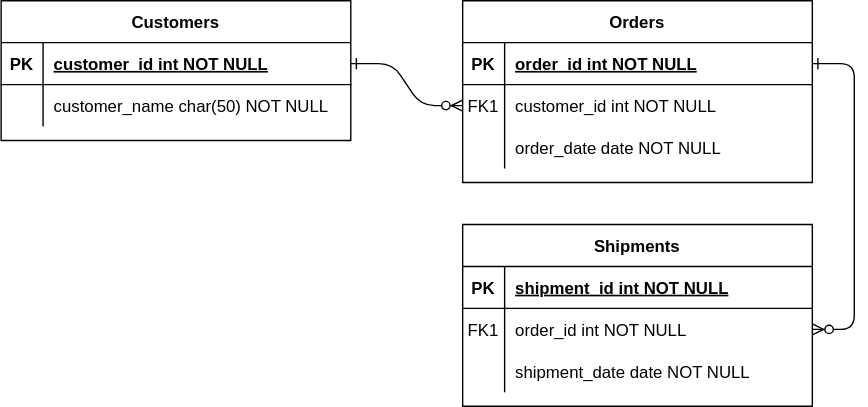
Earlier version of the draw.io export documents/ERD_diagram.drawio.svg (iksadNorth/fc-board). Source tidied: cells renumbered, new cells last; positions are measured from the earlier drawing's top-left corner, leaving out a move shared by most shapes.
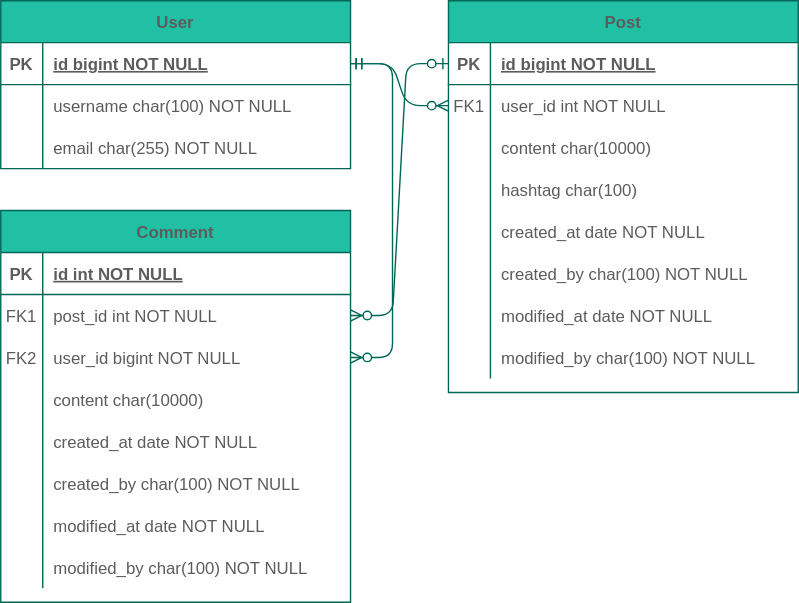
The same file after the commit.

Commit message:
#7 - 서비스에 맞는 도메인 설계

Change to the diagram source:
```diff
@@ -2,92 +2,194 @@
   <root>
     <mxCell id="0" />
     <mxCell id="1" parent="0" />
-    <mxCell id="2" style="edgeStyle=entityRelationEdgeStyle;endArrow=ERzeroToMany;startArrow=ERone;endFill=1;startFill=0;" parent="1" edge="1" source="25" target="8">
-      <mxGeometry relative="1" as="geometry" />
-    </mxCell>
-    <mxCell id="3" style="edgeStyle=entityRelationEdgeStyle;endArrow=ERzeroToMany;startArrow=ERone;endFill=1;startFill=0;" parent="1" edge="1" source="5" target="18">
-      <mxGeometry relative="1" as="geometry" />
-    </mxCell>
-    <mxCell id="4" value="Orders" style="shape=table;startSize=30;rowLines=0;fontStyle=1;align=center;" parent="1" vertex="1">
-      <mxGeometry x="330" width="250" height="130" as="geometry" />
+    <mxCell id="4" value="Post" style="shape=table;startSize=30;rowLines=0;fontStyle=1;align=center;rounded=0;fillColor=#21C0A5;strokeColor=#006658;fontColor=#5C5C5C;" parent="1" vertex="1">
+      <mxGeometry x="320" width="250" height="280" as="geometry" />
     </mxCell>
-    <mxCell id="5" style="shape=partialRectangle;fillColor=none;points=[[0,0.5],[1,0.5]];portConstraint=eastwest;top=0;left=0;right=0;bottom=1;" parent="4" vertex="1">
+    <mxCell id="5" style="shape=partialRectangle;fillColor=none;points=[[0,0.5],[1,0.5]];portConstraint=eastwest;top=0;left=0;right=0;bottom=1;rounded=0;strokeColor=#006658;fontColor=#5C5C5C;" parent="4" vertex="1">
       <mxGeometry y="30" width="250" height="30" as="geometry" />
     </mxCell>
-    <mxCell id="6" value="PK" style="shape=partialRectangle;overflow=hidden;fillColor=none;top=0;left=0;bottom=0;right=0;fontStyle=1;" parent="5" vertex="1">
+    <mxCell id="6" value="PK" style="shape=partialRectangle;overflow=hidden;fillColor=none;top=0;left=0;bottom=0;right=0;fontStyle=1;rounded=0;strokeColor=#006658;fontColor=#5C5C5C;" parent="5" vertex="1">
       <mxGeometry width="30" height="30" as="geometry" />
     </mxCell>
-    <mxCell id="7" value="order_id int NOT NULL " style="shape=partialRectangle;overflow=hidden;fillColor=none;top=0;left=0;bottom=0;right=0;align=left;spacingLeft=6;fontStyle=5;" parent="5" vertex="1">
+    <mxCell id="7" value="id bigint NOT NULL " style="shape=partialRectangle;overflow=hidden;fillColor=none;top=0;left=0;bottom=0;right=0;align=left;spacingLeft=6;fontStyle=5;rounded=0;strokeColor=#006658;fontColor=#5C5C5C;" parent="5" vertex="1">
       <mxGeometry x="30" width="220" height="30" as="geometry" />
     </mxCell>
-    <mxCell id="8" style="shape=partialRectangle;fillColor=none;points=[[0,0.5],[1,0.5]];portConstraint=eastwest;top=0;left=0;right=0;bottom=0;" parent="4" vertex="1">
+    <mxCell id="8" style="shape=partialRectangle;fillColor=none;points=[[0,0.5],[1,0.5]];portConstraint=eastwest;top=0;left=0;right=0;bottom=0;rounded=0;strokeColor=#006658;fontColor=#5C5C5C;" parent="4" vertex="1">
       <mxGeometry y="60" width="250" height="30" as="geometry" />
     </mxCell>
-    <mxCell id="9" value="FK1" style="shape=partialRectangle;overflow=hidden;fillColor=none;top=0;left=0;bottom=0;right=0;" parent="8" vertex="1">
+    <mxCell id="9" value="FK1" style="shape=partialRectangle;overflow=hidden;fillColor=none;top=0;left=0;bottom=0;right=0;rounded=0;strokeColor=#006658;fontColor=#5C5C5C;" parent="8" vertex="1">
       <mxGeometry width="30" height="30" as="geometry" />
     </mxCell>
-    <mxCell id="10" value="customer_id int NOT NULL" style="shape=partialRectangle;overflow=hidden;fillColor=none;top=0;left=0;bottom=0;right=0;align=left;spacingLeft=6;" parent="8" vertex="1">
+    <mxCell id="10" value="user_id int NOT NULL" style="shape=partialRectangle;overflow=hidden;fillColor=none;top=0;left=0;bottom=0;right=0;align=left;spacingLeft=6;rounded=0;strokeColor=#006658;fontColor=#5C5C5C;" parent="8" vertex="1">
       <mxGeometry x="30" width="220" height="30" as="geometry" />
     </mxCell>
+    <mxCell id="31" style="shape=partialRectangle;fillColor=none;top=0;left=0;right=0;bottom=0;rounded=0;strokeColor=#006658;fontColor=#5C5C5C;" parent="4" vertex="1">
+      <mxGeometry y="90" width="250" height="30" as="geometry" />
+    </mxCell>
+    <mxCell id="32" style="shape=partialRectangle;overflow=hidden;fillColor=none;top=0;left=0;bottom=0;right=0;rounded=0;strokeColor=#006658;fontColor=#5C5C5C;" parent="31" vertex="1">
+      <mxGeometry width="30" height="30" as="geometry" />
+    </mxCell>
+    <mxCell id="33" value="content char(10000) " style="shape=partialRectangle;overflow=hidden;fillColor=none;top=0;left=0;bottom=0;right=0;align=left;spacingLeft=6;rounded=0;strokeColor=#006658;fontColor=#5C5C5C;" parent="31" vertex="1">
+      <mxGeometry x="30" width="220" height="30" as="geometry" />
+    </mxCell>
+    <mxCell id="34" style="shape=partialRectangle;fillColor=none;top=0;left=0;right=0;bottom=0;rounded=0;strokeColor=#006658;fontColor=#5C5C5C;" parent="4" vertex="1">
+      <mxGeometry y="120" width="250" height="30" as="geometry" />
+    </mxCell>
+    <mxCell id="35" style="shape=partialRectangle;overflow=hidden;fillColor=none;top=0;left=0;bottom=0;right=0;rounded=0;strokeColor=#006658;fontColor=#5C5C5C;" parent="34" vertex="1">
+      <mxGeometry width="30" height="30" as="geometry" />
+    </mxCell>
+    <mxCell id="36" value="hashtag char(100) " style="shape=partialRectangle;overflow=hidden;fillColor=none;top=0;left=0;bottom=0;right=0;align=left;spacingLeft=6;rounded=0;strokeColor=#006658;fontColor=#5C5C5C;" parent="34" vertex="1">
+      <mxGeometry x="30" width="220" height="30" as="geometry" />
+    </mxCell>
-    <mxCell id="11" style="shape=partialRectangle;fillColor=none;top=0;left=0;right=0;bottom=0;" parent="4" vertex="1">
-      <mxGeometry y="90" width="250" height="30" as="geometry" />
+    <mxCell id="11" style="shape=partialRectangle;fillColor=none;top=0;left=0;right=0;bottom=0;rounded=0;strokeColor=#006658;fontColor=#5C5C5C;" parent="4" vertex="1">
+      <mxGeometry y="150" width="250" height="30" as="geometry" />
     </mxCell>
-    <mxCell id="12" style="shape=partialRectangle;overflow=hidden;fillColor=none;top=0;left=0;bottom=0;right=0;" parent="11" vertex="1">
+    <mxCell id="12" style="shape=partialRectangle;overflow=hidden;fillColor=none;top=0;left=0;bottom=0;right=0;rounded=0;strokeColor=#006658;fontColor=#5C5C5C;" parent="11" vertex="1">
       <mxGeometry width="30" height="30" as="geometry" />
     </mxCell>
-    <mxCell id="13" value="order_date date NOT NULL" style="shape=partialRectangle;overflow=hidden;fillColor=none;top=0;left=0;bottom=0;right=0;align=left;spacingLeft=6;" parent="11" vertex="1">
+    <mxCell id="13" value="created_at date NOT NULL" style="shape=partialRectangle;overflow=hidden;fillColor=none;top=0;left=0;bottom=0;right=0;align=left;spacingLeft=6;rounded=0;strokeColor=#006658;fontColor=#5C5C5C;" parent="11" vertex="1">
       <mxGeometry x="30" width="220" height="30" as="geometry" />
     </mxCell>
+    <mxCell id="37" style="shape=partialRectangle;fillColor=none;top=0;left=0;right=0;bottom=0;rounded=0;strokeColor=#006658;fontColor=#5C5C5C;" parent="4" vertex="1">
+      <mxGeometry y="180" width="250" height="30" as="geometry" />
+    </mxCell>
+    <mxCell id="38" style="shape=partialRectangle;overflow=hidden;fillColor=none;top=0;left=0;bottom=0;right=0;rounded=0;strokeColor=#006658;fontColor=#5C5C5C;" parent="37" vertex="1">
+      <mxGeometry width="30" height="30" as="geometry" />
+    </mxCell>
+    <mxCell id="39" value="created_by char(100) NOT NULL" style="shape=partialRectangle;overflow=hidden;fillColor=none;top=0;left=0;bottom=0;right=0;align=left;spacingLeft=6;rounded=0;strokeColor=#006658;fontColor=#5C5C5C;" parent="37" vertex="1">
+      <mxGeometry x="30" width="220" height="30" as="geometry" />
+    </mxCell>
+    <mxCell id="40" style="shape=partialRectangle;fillColor=none;top=0;left=0;right=0;bottom=0;rounded=0;strokeColor=#006658;fontColor=#5C5C5C;" parent="4" vertex="1">
+      <mxGeometry y="210" width="250" height="30" as="geometry" />
+    </mxCell>
+    <mxCell id="41" style="shape=partialRectangle;overflow=hidden;fillColor=none;top=0;left=0;bottom=0;right=0;rounded=0;strokeColor=#006658;fontColor=#5C5C5C;" parent="40" vertex="1">
+      <mxGeometry width="30" height="30" as="geometry" />
+    </mxCell>
+    <mxCell id="42" value="modified_at date NOT NULL" style="shape=partialRectangle;overflow=hidden;fillColor=none;top=0;left=0;bottom=0;right=0;align=left;spacingLeft=6;rounded=0;strokeColor=#006658;fontColor=#5C5C5C;" parent="40" vertex="1">
+      <mxGeometry x="30" width="220" height="30" as="geometry" />
+    </mxCell>
+    <mxCell id="43" style="shape=partialRectangle;fillColor=none;top=0;left=0;right=0;bottom=0;rounded=0;strokeColor=#006658;fontColor=#5C5C5C;" parent="4" vertex="1">
+      <mxGeometry y="240" width="250" height="30" as="geometry" />
+    </mxCell>
+    <mxCell id="44" style="shape=partialRectangle;overflow=hidden;fillColor=none;top=0;left=0;bottom=0;right=0;rounded=0;strokeColor=#006658;fontColor=#5C5C5C;" parent="43" vertex="1">
+      <mxGeometry width="30" height="30" as="geometry" />
+    </mxCell>
+    <mxCell id="45" value="modified_by char(100) NOT NULL" style="shape=partialRectangle;overflow=hidden;fillColor=none;top=0;left=0;bottom=0;right=0;align=left;spacingLeft=6;rounded=0;strokeColor=#006658;fontColor=#5C5C5C;" parent="43" vertex="1">
+      <mxGeometry x="30" width="220" height="30" as="geometry" />
+    </mxCell>
-    <mxCell id="14" value="Shipments" style="shape=table;startSize=30;rowLines=0;fontStyle=1;align=center;" parent="1" vertex="1">
-      <mxGeometry x="330" y="160" width="250" height="130" as="geometry" />
+    <mxCell id="14" value="Comment" style="shape=table;startSize=30;rowLines=0;fontStyle=1;align=center;rounded=0;fillColor=#21C0A5;strokeColor=#006658;fontColor=#5C5C5C;" parent="1" vertex="1">
+      <mxGeometry y="150" width="250" height="280" as="geometry" />
     </mxCell>
-    <mxCell id="15" style="shape=partialRectangle;fillColor=none;top=0;left=0;right=0;bottom=1;" parent="14" vertex="1">
+    <mxCell id="15" style="shape=partialRectangle;fillColor=none;top=0;left=0;right=0;bottom=1;rounded=0;strokeColor=#006658;fontColor=#5C5C5C;" parent="14" vertex="1">
       <mxGeometry y="30" width="250" height="30" as="geometry" />
     </mxCell>
-    <mxCell id="16" value="PK" style="shape=partialRectangle;overflow=hidden;fillColor=none;top=0;left=0;bottom=0;right=0;fontStyle=1;" parent="15" vertex="1">
+    <mxCell id="16" value="PK" style="shape=partialRectangle;overflow=hidden;fillColor=none;top=0;left=0;bottom=0;right=0;fontStyle=1;rounded=0;strokeColor=#006658;fontColor=#5C5C5C;" parent="15" vertex="1">
       <mxGeometry width="30" height="30" as="geometry" />
     </mxCell>
-    <mxCell id="17" value="shipment_id int NOT NULL " style="shape=partialRectangle;overflow=hidden;fillColor=none;top=0;left=0;bottom=0;right=0;align=left;spacingLeft=6;fontStyle=5;" parent="15" vertex="1">
+    <mxCell id="17" value="id int NOT NULL " style="shape=partialRectangle;overflow=hidden;fillColor=none;top=0;left=0;bottom=0;right=0;align=left;spacingLeft=6;fontStyle=5;rounded=0;strokeColor=#006658;fontColor=#5C5C5C;" parent="15" vertex="1">
       <mxGeometry x="30" width="220" height="30" as="geometry" />
     </mxCell>
-    <mxCell id="18" style="shape=partialRectangle;fillColor=none;points=[[0,0.5],[1,0.5]];portConstraint=eastwest;top=0;left=0;right=0;bottom=0;" parent="14" vertex="1">
+    <mxCell id="18" style="shape=partialRectangle;fillColor=none;points=[[0,0.5],[1,0.5]];portConstraint=eastwest;top=0;left=0;right=0;bottom=0;rounded=0;strokeColor=#006658;fontColor=#5C5C5C;" parent="14" vertex="1">
       <mxGeometry y="60" width="250" height="30" as="geometry" />
     </mxCell>
-    <mxCell id="19" value="FK1" style="shape=partialRectangle;overflow=hidden;fillColor=none;top=0;left=0;bottom=0;right=0;" parent="18" vertex="1">
+    <mxCell id="19" value="FK1" style="shape=partialRectangle;overflow=hidden;fillColor=none;top=0;left=0;bottom=0;right=0;rounded=0;strokeColor=#006658;fontColor=#5C5C5C;" parent="18" vertex="1">
       <mxGeometry width="30" height="30" as="geometry" />
     </mxCell>
-    <mxCell id="20" value="order_id int NOT NULL" style="shape=partialRectangle;overflow=hidden;fillColor=none;top=0;left=0;bottom=0;right=0;align=left;spacingLeft=6;" parent="18" vertex="1">
+    <mxCell id="20" value="post_id int NOT NULL" style="shape=partialRectangle;overflow=hidden;fillColor=none;top=0;left=0;bottom=0;right=0;align=left;spacingLeft=6;rounded=0;strokeColor=#006658;fontColor=#5C5C5C;" parent="18" vertex="1">
       <mxGeometry x="30" width="220" height="30" as="geometry" />
     </mxCell>
+    <mxCell id="46" style="shape=partialRectangle;fillColor=none;points=[[0,0.5],[1,0.5]];portConstraint=eastwest;top=0;left=0;right=0;bottom=0;rounded=0;strokeColor=#006658;fontColor=#5C5C5C;" parent="14" vertex="1">
+      <mxGeometry y="90" width="250" height="30" as="geometry" />
+    </mxCell>
+    <mxCell id="47" value="FK2" style="shape=partialRectangle;overflow=hidden;fillColor=none;top=0;left=0;bottom=0;right=0;rounded=0;strokeColor=#006658;fontColor=#5C5C5C;" parent="46" vertex="1">
+      <mxGeometry width="30" height="30" as="geometry" />
+    </mxCell>
+    <mxCell id="48" value="user_id bigint NOT NULL" style="shape=partialRectangle;overflow=hidden;fillColor=none;top=0;left=0;bottom=0;right=0;align=left;spacingLeft=6;rounded=0;strokeColor=#006658;fontColor=#5C5C5C;" parent="46" vertex="1">
+      <mxGeometry x="30" width="220" height="30" as="geometry" />
+    </mxCell>
-    <mxCell id="21" style="shape=partialRectangle;fillColor=none;top=0;left=0;right=0;bottom=0;" parent="14" vertex="1">
-      <mxGeometry y="90" width="250" height="30" as="geometry" />
+    <mxCell id="21" style="shape=partialRectangle;fillColor=none;top=0;left=0;right=0;bottom=0;rounded=0;strokeColor=#006658;fontColor=#5C5C5C;" parent="14" vertex="1">
+      <mxGeometry y="120" width="250" height="30" as="geometry" />
     </mxCell>
-    <mxCell id="22" style="shape=partialRectangle;overflow=hidden;fillColor=none;top=0;left=0;bottom=0;right=0;" parent="21" vertex="1">
+    <mxCell id="22" style="shape=partialRectangle;overflow=hidden;fillColor=none;top=0;left=0;bottom=0;right=0;rounded=0;strokeColor=#006658;fontColor=#5C5C5C;" parent="21" vertex="1">
       <mxGeometry width="30" height="30" as="geometry" />
     </mxCell>
-    <mxCell id="23" value="shipment_date date NOT NULL" style="shape=partialRectangle;overflow=hidden;fillColor=none;top=0;left=0;bottom=0;right=0;align=left;spacingLeft=6;" parent="21" vertex="1">
+    <mxCell id="23" value="content char(10000)" style="shape=partialRectangle;overflow=hidden;fillColor=none;top=0;left=0;bottom=0;right=0;align=left;spacingLeft=6;rounded=0;strokeColor=#006658;fontColor=#5C5C5C;" parent="21" vertex="1">
       <mxGeometry x="30" width="220" height="30" as="geometry" />
     </mxCell>
+    <mxCell id="49" style="shape=partialRectangle;fillColor=none;top=0;left=0;right=0;bottom=0;rounded=0;strokeColor=#006658;fontColor=#5C5C5C;" parent="14" vertex="1">
+      <mxGeometry y="150" width="250" height="30" as="geometry" />
+    </mxCell>
+    <mxCell id="50" style="shape=partialRectangle;overflow=hidden;fillColor=none;top=0;left=0;bottom=0;right=0;rounded=0;strokeColor=#006658;fontColor=#5C5C5C;" parent="49" vertex="1">
+      <mxGeometry width="30" height="30" as="geometry" />
+    </mxCell>
+    <mxCell id="51" value="created_at date NOT NULL" style="shape=partialRectangle;overflow=hidden;fillColor=none;top=0;left=0;bottom=0;right=0;align=left;spacingLeft=6;rounded=0;strokeColor=#006658;fontColor=#5C5C5C;" parent="49" vertex="1">
+      <mxGeometry x="30" width="220" height="30" as="geometry" />
+    </mxCell>
+    <mxCell id="52" style="shape=partialRectangle;fillColor=none;top=0;left=0;right=0;bottom=0;rounded=0;strokeColor=#006658;fontColor=#5C5C5C;" parent="14" vertex="1">
+      <mxGeometry y="180" width="250" height="30" as="geometry" />
+    </mxCell>
+    <mxCell id="53" style="shape=partialRectangle;overflow=hidden;fillColor=none;top=0;left=0;bottom=0;right=0;rounded=0;strokeColor=#006658;fontColor=#5C5C5C;" parent="52" vertex="1">
+      <mxGeometry width="30" height="30" as="geometry" />
+    </mxCell>
+    <mxCell id="54" value="created_by char(100) NOT NULL" style="shape=partialRectangle;overflow=hidden;fillColor=none;top=0;left=0;bottom=0;right=0;align=left;spacingLeft=6;rounded=0;strokeColor=#006658;fontColor=#5C5C5C;" parent="52" vertex="1">
+      <mxGeometry x="30" width="220" height="30" as="geometry" />
+    </mxCell>
+    <mxCell id="55" style="shape=partialRectangle;fillColor=none;top=0;left=0;right=0;bottom=0;rounded=0;strokeColor=#006658;fontColor=#5C5C5C;" parent="14" vertex="1">
+      <mxGeometry y="210" width="250" height="30" as="geometry" />
+    </mxCell>
+    <mxCell id="56" style="shape=partialRectangle;overflow=hidden;fillColor=none;top=0;left=0;bottom=0;right=0;rounded=0;strokeColor=#006658;fontColor=#5C5C5C;" parent="55" vertex="1">
+      <mxGeometry width="30" height="30" as="geometry" />
+    </mxCell>
+    <mxCell id="57" value="modified_at date NOT NULL" style="shape=partialRectangle;overflow=hidden;fillColor=none;top=0;left=0;bottom=0;right=0;align=left;spacingLeft=6;rounded=0;strokeColor=#006658;fontColor=#5C5C5C;" parent="55" vertex="1">
+      <mxGeometry x="30" width="220" height="30" as="geometry" />
+    </mxCell>
+    <mxCell id="58" style="shape=partialRectangle;fillColor=none;top=0;left=0;right=0;bottom=0;rounded=0;strokeColor=#006658;fontColor=#5C5C5C;" parent="14" vertex="1">
+      <mxGeometry y="240" width="250" height="30" as="geometry" />
+    </mxCell>
+    <mxCell id="59" style="shape=partialRectangle;overflow=hidden;fillColor=none;top=0;left=0;bottom=0;right=0;rounded=0;strokeColor=#006658;fontColor=#5C5C5C;" parent="58" vertex="1">
+      <mxGeometry width="30" height="30" as="geometry" />
+    </mxCell>
+    <mxCell id="60" value="modified_by char(100) NOT NULL" style="shape=partialRectangle;overflow=hidden;fillColor=none;top=0;left=0;bottom=0;right=0;align=left;spacingLeft=6;rounded=0;strokeColor=#006658;fontColor=#5C5C5C;" parent="58" vertex="1">
+      <mxGeometry x="30" width="220" height="30" as="geometry" />
+    </mxCell>
-    <mxCell id="24" value="Customers" style="shape=table;startSize=30;rowLines=0;fontStyle=1;align=center;" parent="1" vertex="1">
-      <mxGeometry width="250" height="100" as="geometry" />
+    <mxCell id="24" value="User" style="shape=table;startSize=30;rowLines=0;fontStyle=1;align=center;rounded=0;fillColor=#21C0A5;strokeColor=#006658;fontColor=#5C5C5C;" parent="1" vertex="1">
+      <mxGeometry width="250" height="120" as="geometry" />
     </mxCell>
-    <mxCell id="25" style="shape=partialRectangle;fillColor=none;points=[[0,0.5],[1,0.5]];portConstraint=eastwest;top=0;left=0;right=0;bottom=1;" parent="24" vertex="1">
+    <mxCell id="25" style="shape=partialRectangle;fillColor=none;points=[[0,0.5],[1,0.5]];portConstraint=eastwest;top=0;left=0;right=0;bottom=1;rounded=0;strokeColor=#006658;fontColor=#5C5C5C;" parent="24" vertex="1">
       <mxGeometry y="30" width="250" height="30" as="geometry" />
     </mxCell>
-    <mxCell id="26" value="PK" style="shape=partialRectangle;overflow=hidden;fillColor=none;top=0;left=0;bottom=0;right=0;fontStyle=1;" parent="25" vertex="1">
+    <mxCell id="26" value="PK" style="shape=partialRectangle;overflow=hidden;fillColor=none;top=0;left=0;bottom=0;right=0;fontStyle=1;rounded=0;strokeColor=#006658;fontColor=#5C5C5C;" parent="25" vertex="1">
       <mxGeometry width="30" height="30" as="geometry" />
     </mxCell>
-    <mxCell id="27" value="customer_id int NOT NULL " style="shape=partialRectangle;overflow=hidden;fillColor=none;top=0;left=0;bottom=0;right=0;align=left;spacingLeft=6;fontStyle=5;" parent="25" vertex="1">
+    <mxCell id="27" value="id bigint NOT NULL " style="shape=partialRectangle;overflow=hidden;fillColor=none;top=0;left=0;bottom=0;right=0;align=left;spacingLeft=6;fontStyle=5;rounded=0;strokeColor=#006658;fontColor=#5C5C5C;" parent="25" vertex="1">
       <mxGeometry x="30" width="220" height="30" as="geometry" />
     </mxCell>
-    <mxCell id="28" style="shape=partialRectangle;fillColor=none;top=0;left=0;right=0;bottom=0;" parent="24" vertex="1">
+    <mxCell id="28" style="shape=partialRectangle;fillColor=none;top=0;left=0;right=0;bottom=0;rounded=0;strokeColor=#006658;fontColor=#5C5C5C;" parent="24" vertex="1">
       <mxGeometry y="60" width="250" height="30" as="geometry" />
     </mxCell>
-    <mxCell id="29" style="shape=partialRectangle;overflow=hidden;fillColor=none;top=0;left=0;bottom=0;right=0;" parent="28" vertex="1">
+    <mxCell id="29" style="shape=partialRectangle;overflow=hidden;fillColor=none;top=0;left=0;bottom=0;right=0;rounded=0;strokeColor=#006658;fontColor=#5C5C5C;" parent="28" vertex="1">
       <mxGeometry width="30" height="30" as="geometry" />
     </mxCell>
-    <mxCell id="30" value="customer_name char(50) NOT NULL" style="shape=partialRectangle;overflow=hidden;fillColor=none;top=0;left=0;bottom=0;right=0;align=left;spacingLeft=6;" parent="28" vertex="1">
+    <mxCell id="30" value="username char(100) NOT NULL" style="shape=partialRectangle;overflow=hidden;fillColor=none;top=0;left=0;bottom=0;right=0;align=left;spacingLeft=6;rounded=0;strokeColor=#006658;fontColor=#5C5C5C;" parent="28" vertex="1">
       <mxGeometry x="30" width="220" height="30" as="geometry" />
     </mxCell>
+    <mxCell id="61" style="shape=partialRectangle;fillColor=none;top=0;left=0;right=0;bottom=0;rounded=0;strokeColor=#006658;fontColor=#5C5C5C;" parent="24" vertex="1">
+      <mxGeometry y="90" width="250" height="30" as="geometry" />
+    </mxCell>
+    <mxCell id="62" style="shape=partialRectangle;overflow=hidden;fillColor=none;top=0;left=0;bottom=0;right=0;rounded=0;strokeColor=#006658;fontColor=#5C5C5C;" parent="61" vertex="1">
+      <mxGeometry width="30" height="30" as="geometry" />
+    </mxCell>
+    <mxCell id="63" value="email char(255) NOT NULL" style="shape=partialRectangle;overflow=hidden;fillColor=none;top=0;left=0;bottom=0;right=0;align=left;spacingLeft=6;rounded=0;strokeColor=#006658;fontColor=#5C5C5C;" parent="61" vertex="1">
+      <mxGeometry x="30" width="220" height="30" as="geometry" />
+    </mxCell>
+    <mxCell id="2" style="edgeStyle=entityRelationEdgeStyle;fontSize=12;html=1;endArrow=ERzeroToMany;startArrow=ERmandOne;rounded=1;entryX=0;entryY=0.5;entryDx=0;entryDy=0;exitX=1;exitY=0.5;exitDx=0;exitDy=0;strokeColor=#006658;fontColor=#5C5C5C;" parent="1" edge="1" source="25" target="8">
+      <mxGeometry relative="1" as="geometry" />
+    </mxCell>
+    <mxCell id="3" style="edgeStyle=entityRelationEdgeStyle;fontSize=12;html=1;endArrow=ERzeroToMany;startArrow=ERzeroToOne;exitX=0;exitY=0.5;exitDx=0;exitDy=0;rounded=1;strokeColor=#006658;fontColor=#5C5C5C;" parent="1" edge="1" source="5" target="18">
+      <mxGeometry relative="1" as="geometry" />
+    </mxCell>
+    <mxCell id="64" style="edgeStyle=entityRelationEdgeStyle;fontSize=12;html=1;endArrow=ERzeroToMany;startArrow=ERmandOne;entryX=1;entryY=0.5;entryDx=0;entryDy=0;exitX=1;exitY=0.5;exitDx=0;exitDy=0;strokeColor=#006658;fontColor=#5C5C5C;" parent="1" edge="1" source="25" target="46">
+      <mxGeometry relative="1" as="geometry" />
+    </mxCell>
   </root>
 </mxGraphModel>
```
